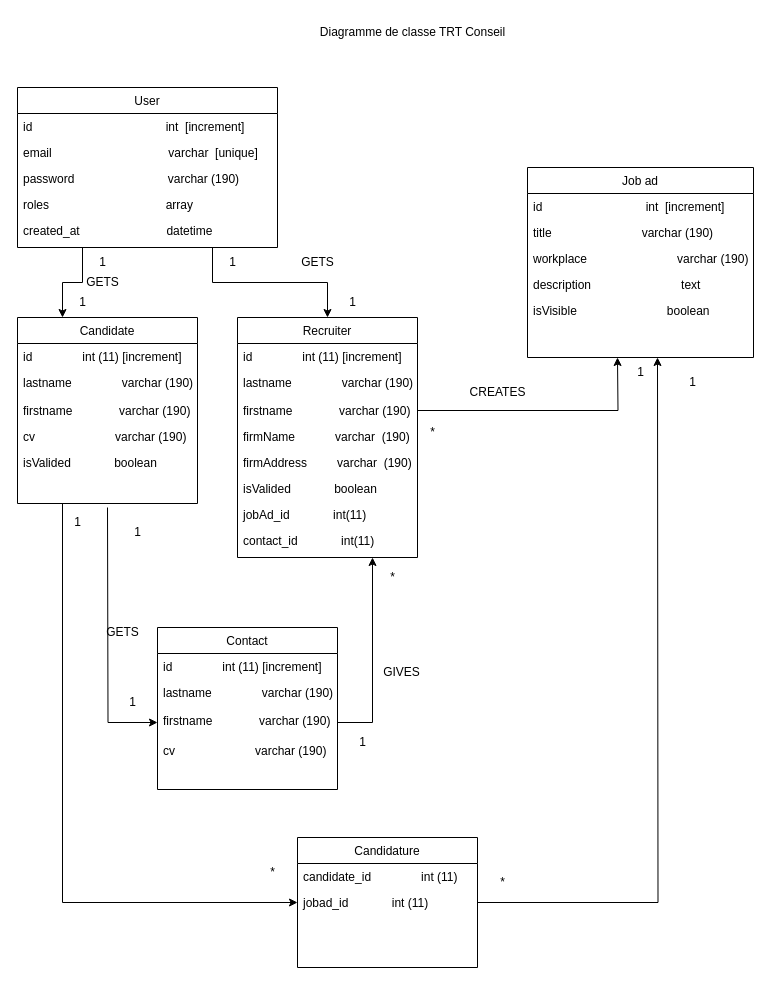
This is TRT Conseil/diag_de_classe_trt.drawio from cyrisa02/diagrammes-UML, a draw.io file, before an edit. Source tidied: cells renumbered, new cells numbered last; positions are measured from the earlier drawing's top-left corner, leaving out a move shared by most shapes. Both pictures are drawn from the tidied source at 100%, with x=0, y=0 at pixel (17, 17).
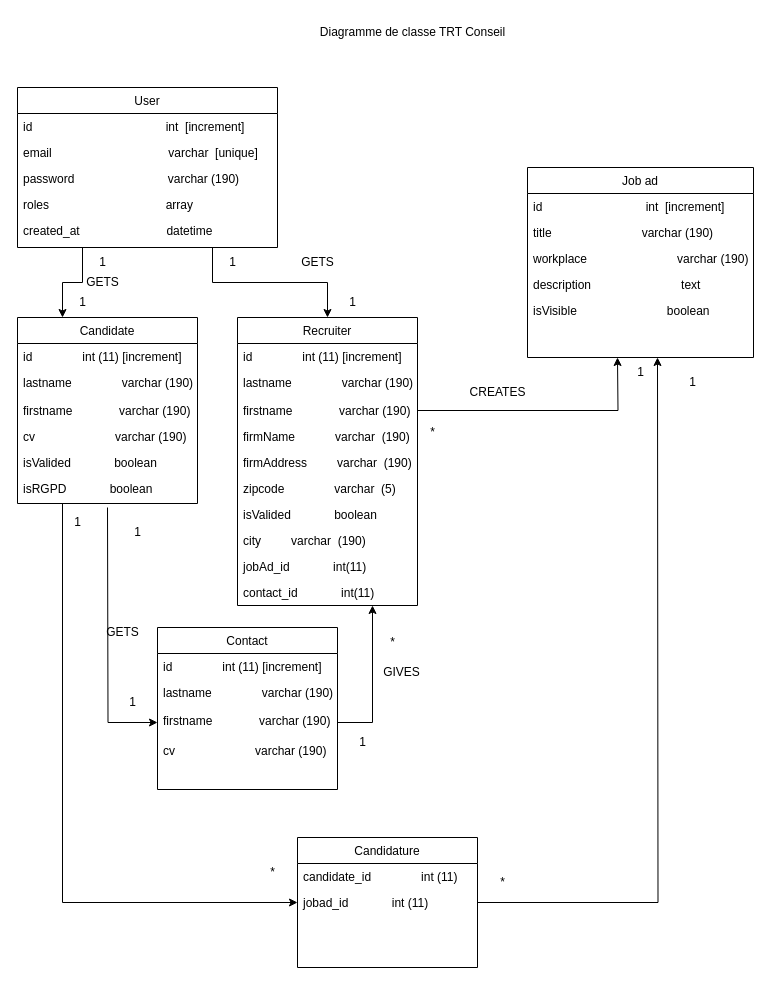
The same diagram, later.

Unchanged cells that the change refers to:
```xml
<mxCell id="19" value="Candidate" style="swimlane;fontStyle=0;align=center;verticalAlign=top;horizontal=1;startSize=26;rounded=0;shadow=0;strokeWidth=1;" parent="1" vertex="1">
  <mxGeometry y="300" width="180" height="186" as="geometry" />
</mxCell>
```

What changed in the source:
```diff
@@
+    <mxCell id="64" value="isRGPD             boolean" style="text;align=left;verticalAlign=top;spacingLeft=4;spacingRight=4;overflow=hidden;" parent="19" vertex="1">
+      <mxGeometry y="158" width="180" height="26" as="geometry" />
+    </mxCell>
     <mxCell id="25" value="Recruiter" style="swimlane;fontStyle=0;align=center;verticalAlign=top;horizontal=1;startSize=26;rounded=0;shadow=0;strokeWidth=1;" parent="1" vertex="1">
-      <mxGeometry x="220" y="300" width="180" height="240" as="geometry" />
+      <mxGeometry x="220" y="300" width="180" height="288" as="geometry" />
     </mxCell>
@@
+    <mxCell id="65" value="zipcode               varchar  (5)" style="text;align=left;verticalAlign=top;spacingLeft=4;spacingRight=4;overflow=hidden;" parent="25" vertex="1">
+      <mxGeometry y="158" width="180" height="26" as="geometry" />
+    </mxCell>
     <mxCell id="31" value="isValided             boolean" style="text;align=left;verticalAlign=top;spacingLeft=4;spacingRight=4;overflow=hidden;" parent="25" vertex="1">
-      <mxGeometry y="158" width="180" height="26" as="geometry" />
+      <mxGeometry y="184" width="180" height="26" as="geometry" />
     </mxCell>
+    <mxCell id="66" value="city         varchar  (190)" style="text;align=left;verticalAlign=top;spacingLeft=4;spacingRight=4;overflow=hidden;" parent="25" vertex="1">
+      <mxGeometry y="210" width="180" height="26" as="geometry" />
+    </mxCell>
     <mxCell id="32" value="jobAd_id             int(11)" style="text;align=left;verticalAlign=top;spacingLeft=4;spacingRight=4;overflow=hidden;" parent="25" vertex="1">
-      <mxGeometry y="184" width="180" height="26" as="geometry" />
+      <mxGeometry y="236" width="180" height="26" as="geometry" />
     </mxCell>
     <mxCell id="33" value="contact_id             int(11)" style="text;align=left;verticalAlign=top;spacingLeft=4;spacingRight=4;overflow=hidden;" parent="25" vertex="1">
-      <mxGeometry y="210" width="180" height="26" as="geometry" />
+      <mxGeometry y="262" width="180" height="26" as="geometry" />
     </mxCell>
@@
     <mxCell id="50" value="*" style="text;html=1;align=center;verticalAlign=middle;fillColor=none;strokeColor=none;rounded=0;" parent="1" vertex="1">
-      <mxGeometry x="360" y="545" width="30" height="30" as="geometry" />
+      <mxGeometry x="360" y="610" width="30" height="30" as="geometry" />
     </mxCell>
```
